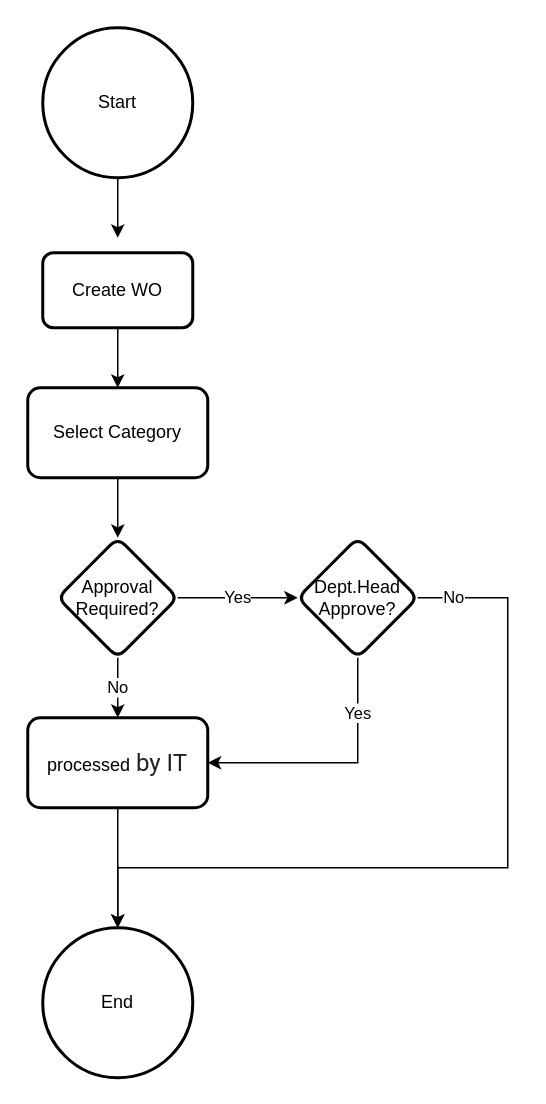
This is Untitled Diagram.drawio from adenpribadi/flowcharts, a draw.io file, before an edit. Source tidied: cells renumbered, new cells numbered last; positions are measured from the earlier drawing's top-left corner, leaving out a move shared by most shapes. Both pictures are drawn from the tidied source at 150%, with x=0, y=0 at pixel (27, 27).
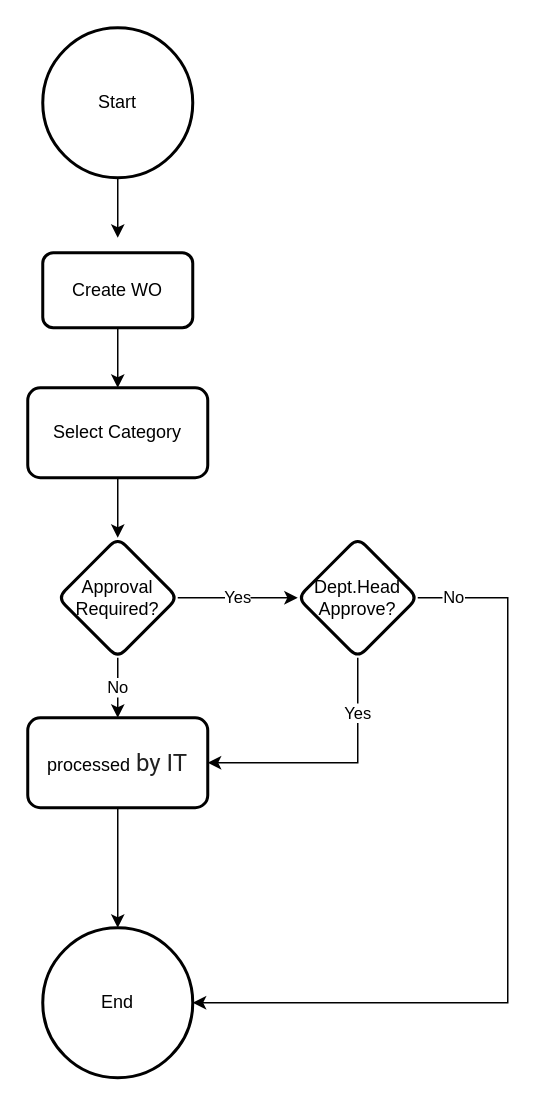
After the change.

Unchanged cells that the change refers to:
```xml
<mxCell id="3" value="End" style="strokeWidth=2;html=1;shape=mxgraph.flowchart.start_2;whiteSpace=wrap;" parent="1" vertex="1">
  <mxGeometry x="10" y="600" width="100" height="100" as="geometry" />
</mxCell>
<mxCell id="12" value="Dept.Head Approve?" style="rhombus;whiteSpace=wrap;html=1;rounded=1;arcSize=14;strokeWidth=2;" parent="1" vertex="1">
  <mxGeometry x="180" y="340" width="80" height="80" as="geometry" />
</mxCell>
```

What changed in the source:
```diff
@@
-    <mxCell id="13" value="No" style="endArrow=classic;html=1;rounded=0;exitX=1;exitY=0.5;exitDx=0;exitDy=0;entryX=0.5;entryY=0;entryDx=0;entryDy=0;entryPerimeter=0;" parent="1" edge="1" source="12" target="3">
+    <mxCell id="13" value="No" style="endArrow=classic;html=1;rounded=0;exitX=1;exitY=0.5;exitDx=0;exitDy=0;entryX=1;entryY=0.5;entryDx=0;entryDy=0;entryPerimeter=0;" parent="1" edge="1" source="12" target="3">
       <mxGeometry x="-0.91" relative="1" as="geometry">
         <Array as="points">
           <mxPoint x="320" y="380" />
-          <mxPoint x="320" y="560" />
-          <mxPoint x="60" y="560" />
+          <mxPoint x="320" y="650" />
         </Array>
       </mxGeometry>
     </mxCell>
```
